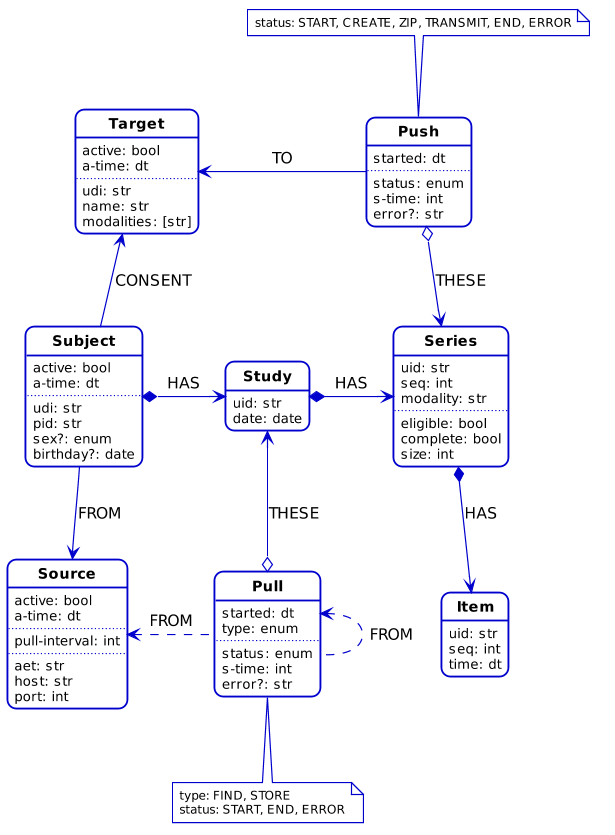
This is docs/pull-push.png from shumy-tools/cad-proxy, a PlantUML export, as it was before one commit.
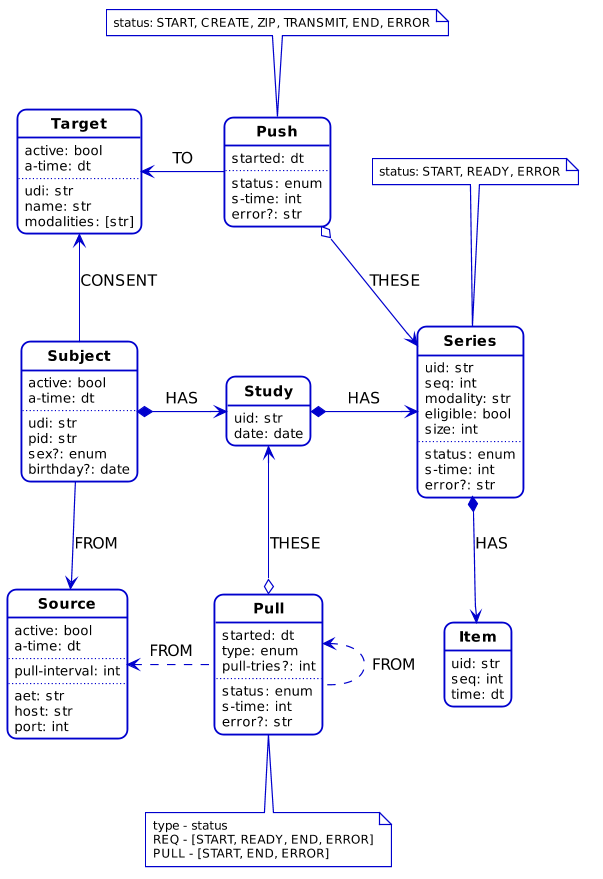
Above is the later version.

Diff of the diagram source:
```diff
@@ -43,14 +43,16 @@
 class Pull {
   started: dt
   type: enum
+  pull-tries?: int
   ..
   status: enum
   s-time: int
   error?: str
 }
 note bottom
-  type: FIND, STORE
-  status: START, END, ERROR
+  type - status
+  REQ - [START, READY, END, ERROR]
+  PULL - [START, END, ERROR]
 end note
 
 class Subject {
@@ -73,11 +75,16 @@
   uid: str
   seq: int
   modality: str
+  eligible: bool
+  size: int
   ..
-  eligible: bool
-  complete: bool
-  size: int
+  status: enum
+  s-time: int
+  error?: str
 }
+note top
+  status: START, READY, ERROR
+end note
 
 class Item {
   uid: str
```
